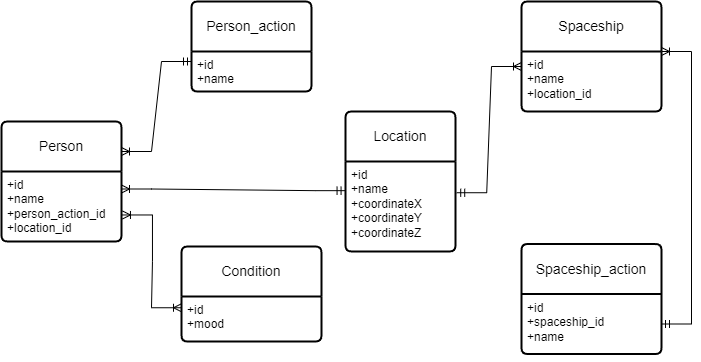
Before: DataBases/lab1/InfologicDiagram.drawio.png, a diagram exported from draw.io (EgorovaVarvara/ITMO). Source tidied: cells renumbered, new cells last; positions are measured from the earlier drawing's top-left corner, leaving out a move shared by most shapes.
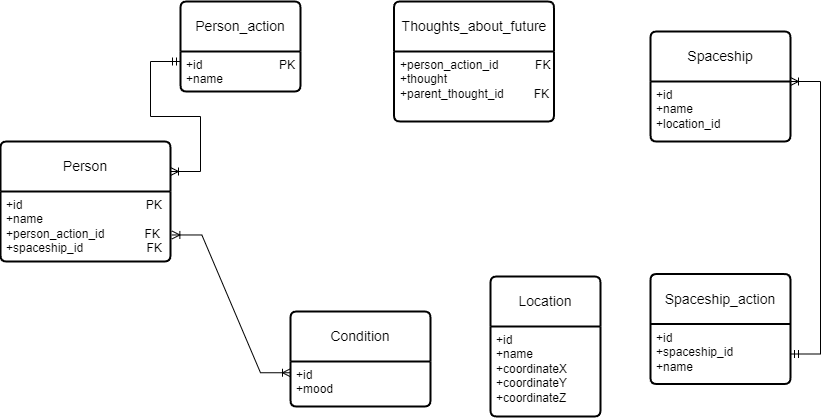
The same diagram one commit later.

Diff of the diagram source:
```diff
@@ -3,28 +3,28 @@
     <mxCell id="0" />
     <mxCell id="1" parent="0" />
     <mxCell id="2" value="Person" style="swimlane;horizontal=1;startSize=50;rounded=1;fontSize=14;fontStyle=0;strokeWidth=2;shadow=0;dashed=0;align=center;arcSize=4;whiteSpace=wrap;html=1;" parent="1" vertex="1">
-      <mxGeometry y="120" width="120" height="120" as="geometry" />
+      <mxGeometry x="-130" y="110" width="170" height="120" as="geometry" />
     </mxCell>
-    <mxCell id="3" value="+id&lt;br&gt;+name&lt;br&gt;+person_action_id&lt;br&gt;+location_id" style="align=left;strokeColor=none;fillColor=none;spacingLeft=4;fontSize=12;verticalAlign=top;html=1;" parent="2" vertex="1">
-      <mxGeometry y="50" width="120" height="70" as="geometry" />
+    <mxCell id="3" value="+id&amp;nbsp; &amp;nbsp; &amp;nbsp; &amp;nbsp; &amp;nbsp; &amp;nbsp; &amp;nbsp; &amp;nbsp; &amp;nbsp; &amp;nbsp; &amp;nbsp; &amp;nbsp; &amp;nbsp; &amp;nbsp; &amp;nbsp; &amp;nbsp; &amp;nbsp; &amp;nbsp; &amp;nbsp;PK&lt;br&gt;+name&lt;br&gt;+person_action_id&amp;nbsp; &amp;nbsp; &amp;nbsp; &amp;nbsp; &amp;nbsp; &amp;nbsp; FK&lt;br&gt;+spaceship_id&amp;nbsp; &amp;nbsp; &amp;nbsp; &amp;nbsp; &amp;nbsp; &amp;nbsp; &amp;nbsp; &amp;nbsp; &amp;nbsp; &amp;nbsp;FK" style="align=left;strokeColor=none;fillColor=none;spacingLeft=4;fontSize=12;verticalAlign=top;html=1;" parent="2" vertex="1">
+      <mxGeometry y="50" width="170" height="70" as="geometry" />
     </mxCell>
     <mxCell id="4" style="edgeStyle=orthogonalEdgeStyle;rounded=0;orthogonalLoop=1;jettySize=auto;html=1;exitX=0.5;exitY=1;exitDx=0;exitDy=0;" parent="2" edge="1" source="3" target="3">
       <mxGeometry relative="1" as="geometry" />
     </mxCell>
     <mxCell id="5" value="Person_action" style="swimlane;horizontal=1;startSize=50;rounded=1;fontSize=14;fontStyle=0;strokeWidth=2;shadow=0;dashed=0;align=center;arcSize=4;whiteSpace=wrap;html=1;" parent="1" vertex="1">
-      <mxGeometry x="190" width="120" height="90" as="geometry" />
+      <mxGeometry x="50" y="-30" width="120" height="90" as="geometry" />
     </mxCell>
-    <mxCell id="6" value="+id&lt;br&gt;+name" style="align=left;strokeColor=none;fillColor=none;spacingLeft=4;fontSize=12;verticalAlign=top;html=1;" parent="5" vertex="1">
+    <mxCell id="6" value="+id&amp;nbsp; &amp;nbsp; &amp;nbsp; &amp;nbsp; &amp;nbsp; &amp;nbsp; &amp;nbsp; &amp;nbsp; &amp;nbsp; &amp;nbsp; &amp;nbsp; &amp;nbsp;PK&lt;br&gt;+name" style="align=left;strokeColor=none;fillColor=none;spacingLeft=4;fontSize=12;verticalAlign=top;html=1;" parent="5" vertex="1">
       <mxGeometry y="50" width="120" height="40" as="geometry" />
     </mxCell>
     <mxCell id="7" value="Condition" style="swimlane;horizontal=1;startSize=50;rounded=1;fontSize=14;fontStyle=0;strokeWidth=2;shadow=0;dashed=0;align=center;arcSize=4;whiteSpace=wrap;html=1;" parent="1" vertex="1">
-      <mxGeometry x="180" y="245" width="140" height="95" as="geometry" />
+      <mxGeometry x="160" y="280" width="140" height="95" as="geometry" />
     </mxCell>
     <mxCell id="8" value="+id&lt;br&gt;+mood" style="align=left;strokeColor=none;fillColor=none;spacingLeft=4;fontSize=12;verticalAlign=top;html=1;" parent="7" vertex="1">
       <mxGeometry y="50" width="140" height="45" as="geometry" />
     </mxCell>
     <mxCell id="9" value="Location" style="swimlane;horizontal=1;startSize=50;rounded=1;fontSize=14;fontStyle=0;strokeWidth=2;shadow=0;dashed=0;align=center;arcSize=4;whiteSpace=wrap;html=1;" parent="1" vertex="1">
-      <mxGeometry x="344" y="110" width="110" height="140" as="geometry" />
+      <mxGeometry x="360" y="245" width="110" height="140" as="geometry" />
     </mxCell>
     <mxCell id="10" value="+id&lt;br&gt;+name&lt;br&gt;+coordinateX&lt;br&gt;+coordinateY&lt;br&gt;+coordinateZ" style="align=left;strokeColor=none;fillColor=none;spacingLeft=4;fontSize=12;verticalAlign=top;html=1;" parent="9" vertex="1">
       <mxGeometry y="50" width="110" height="90" as="geometry" />
@@ -44,13 +44,6 @@
     <mxCell id="15" style="edgeStyle=orthogonalEdgeStyle;rounded=0;orthogonalLoop=1;jettySize=auto;html=1;exitX=0.5;exitY=1;exitDx=0;exitDy=0;" parent="13" edge="1" source="14" target="14">
       <mxGeometry relative="1" as="geometry" />
     </mxCell>
-    <mxCell id="16" style="edgeStyle=entityRelationEdgeStyle;fontSize=12;html=1;endArrow=ERoneToMany;startArrow=ERmandOne;rounded=0;entryX=1;entryY=0.25;entryDx=0;entryDy=0;exitX=-0.004;exitY=0.324;exitDx=0;exitDy=0;exitPerimeter=0;" parent="1" edge="1" source="10" target="3">
-      <mxGeometry relative="1" as="geometry">
-        <Array as="points">
-          <mxPoint x="140" y="140" />
-        </Array>
-      </mxGeometry>
-    </mxCell>
     <mxCell id="17" style="edgeStyle=entityRelationEdgeStyle;fontSize=12;html=1;endArrow=ERoneToMany;startArrow=ERmandOne;rounded=0;entryX=1;entryY=0.25;entryDx=0;entryDy=0;exitX=0;exitY=0.25;exitDx=0;exitDy=0;" parent="1" edge="1" source="6" target="2">
       <mxGeometry relative="1" as="geometry">
         <Array as="points">
@@ -58,13 +51,6 @@
         </Array>
       </mxGeometry>
     </mxCell>
-    <mxCell id="18" style="edgeStyle=entityRelationEdgeStyle;fontSize=12;html=1;endArrow=ERoneToMany;startArrow=ERmandOne;rounded=0;entryX=0;entryY=0.25;entryDx=0;entryDy=0;exitX=1.011;exitY=0.347;exitDx=0;exitDy=0;exitPerimeter=0;" parent="1" edge="1" source="10" target="12">
-      <mxGeometry relative="1" as="geometry">
-        <Array as="points">
-          <mxPoint x="880" y="180" />
-        </Array>
-      </mxGeometry>
-    </mxCell>
     <mxCell id="19" style="edgeStyle=entityRelationEdgeStyle;fontSize=12;html=1;endArrow=ERoneToMany;startArrow=ERoneToMany;rounded=0;entryX=0;entryY=0.25;entryDx=0;entryDy=0;exitX=1.008;exitY=0.621;exitDx=0;exitDy=0;exitPerimeter=0;" parent="1" edge="1" source="3" target="8">
       <mxGeometry relative="1" as="geometry">
         <Array as="points">
@@ -81,5 +67,11 @@
         </Array>
       </mxGeometry>
     </mxCell>
+    <mxCell id="21" value="Thoughts_about_future" style="swimlane;horizontal=1;startSize=50;rounded=1;fontSize=14;fontStyle=0;strokeWidth=2;shadow=0;dashed=0;align=center;arcSize=4;whiteSpace=wrap;html=1;" parent="1" vertex="1">
+      <mxGeometry x="263.5" y="-30" width="160" height="120" as="geometry" />
+    </mxCell>
+    <mxCell id="22" value="+person_action_id&amp;nbsp; &amp;nbsp; &amp;nbsp; &amp;nbsp; &amp;nbsp; &amp;nbsp;FK&lt;br&gt;+thought&lt;br&gt;+parent_thought_id&amp;nbsp; &amp;nbsp; &amp;nbsp; &amp;nbsp; &amp;nbsp;FK" style="align=left;strokeColor=none;fillColor=none;spacingLeft=4;fontSize=12;verticalAlign=top;html=1;" parent="21" vertex="1">
+      <mxGeometry y="50" width="160" height="70" as="geometry" />
+    </mxCell>
   </root>
 </mxGraphModel>
```
